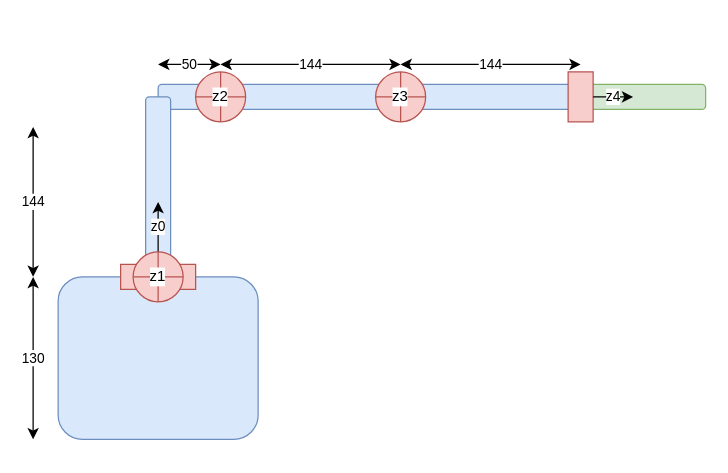
The draw.io diagram page "Robot inicial" (1 of 4) of Ej1/Diagramas.drawio in ohvictor/Automacion_FINAL, before the edit. Source tidied: cells renumbered, new cells numbered last; positions are measured from the earlier drawing's top-left corner, leaving out a move shared by most shapes. Both pictures are drawn from the tidied source at 125%, with x=0, y=0 at pixel (32, 64).
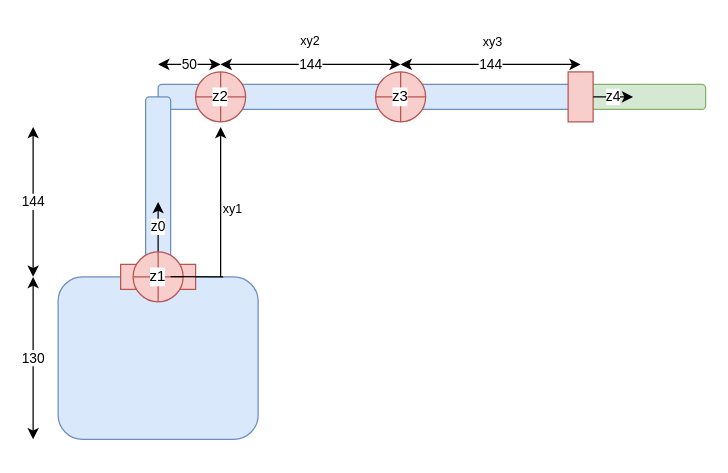
Above is the later version.

Change to the diagram source:
```diff
@@
+    <mxCell id="20" style="endArrow=none;html=1;rounded=0;" parent="1" edge="1">
+      <mxGeometry relative="1" as="geometry">
+        <mxPoint x="110" y="169.8" as="sourcePoint" />
+        <mxPoint x="152" y="170" as="targetPoint" />
+      </mxGeometry>
+    </mxCell>
+    <mxCell id="21" style="endArrow=classic;html=1;rounded=0;" parent="1" edge="1">
+      <mxGeometry relative="1" as="geometry">
+        <mxPoint x="150" y="170" as="sourcePoint" />
+        <mxPoint x="150" y="50" as="targetPoint" />
+      </mxGeometry>
+    </mxCell>
+    <mxCell id="22" value="&lt;font style=&quot;font-size: 10px;&quot;&gt;xy1&lt;/font&gt;" style="text;html=1;align=center;verticalAlign=middle;whiteSpace=wrap;rounded=0;" parent="1" vertex="1">
+      <mxGeometry x="130" y="100" width="60" height="30" as="geometry" />
+    </mxCell>
+    <mxCell id="23" value="&lt;font style=&quot;font-size: 10px;&quot;&gt;xy2&lt;/font&gt;" style="text;html=1;align=center;verticalAlign=middle;whiteSpace=wrap;rounded=0;" parent="1" vertex="1">
+      <mxGeometry x="192" y="-34" width="60" height="30" as="geometry" />
+    </mxCell>
+    <mxCell id="24" value="&lt;font style=&quot;font-size: 10px;&quot;&gt;xy3&lt;/font&gt;" style="text;html=1;align=center;verticalAlign=middle;whiteSpace=wrap;rounded=0;" parent="1" vertex="1">
+      <mxGeometry x="338" y="-33" width="60" height="30" as="geometry" />
+    </mxCell>
```
